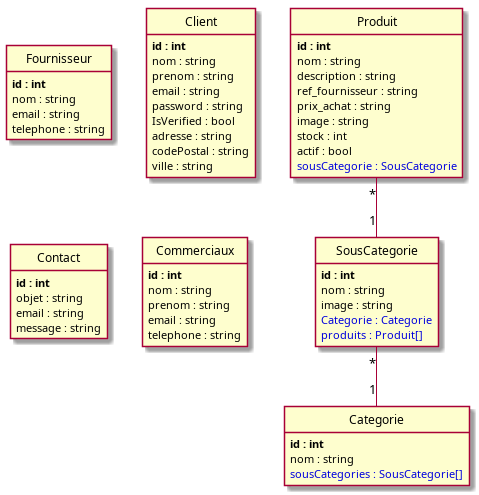
The PlantUML diagram puml/index.png in Alice2568/VillageGreen, before a commit. Its source is kept beside it as puml/index.puml.
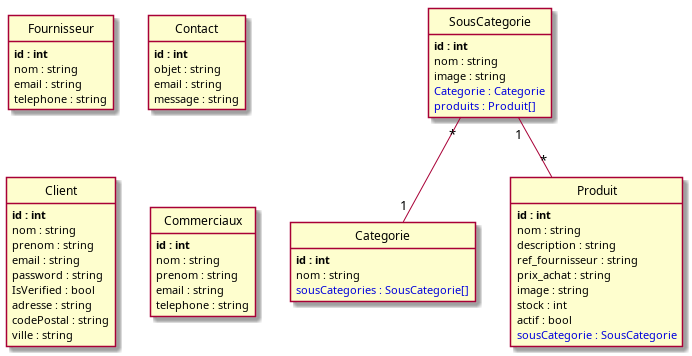
After the commit.

What changed in the source:
```diff
@@ -4,6 +4,27 @@
 	nom : string
 	email : string
 	telephone : string
+}
+
+class Contact {
+	**id : int**
+	objet : string
+	email : string
+	message : string
+}
+
+class SousCategorie {
+	**id : int**
+	nom : string
+	image : string
+	<color:#0000dd>Categorie : Categorie</color>
+	<color:#0000dd>produits : Produit[]</color>
+}
+
+class Categorie {
+	**id : int**
+	nom : string
+	<color:#0000dd>sousCategories : SousCategorie[]</color>
 }
 
 class Client {
@@ -30,21 +51,6 @@
 	<color:#0000dd>sousCategorie : SousCategorie</color>
 }
 
-class SousCategorie {
-	**id : int**
-	nom : string
-	image : string
-	<color:#0000dd>Categorie : Categorie</color>
-	<color:#0000dd>produits : Produit[]</color>
-}
-
-class Contact {
-	**id : int**
-	objet : string
-	email : string
-	message : string
-}
-
 class Commerciaux {
 	**id : int**
 	nom : string
@@ -53,14 +59,8 @@
 	telephone : string
 }
 
-class Categorie {
-	**id : int**
-	nom : string
-	<color:#0000dd>sousCategories : SousCategorie[]</color>
-}
-
-Produit "*"--"1" SousCategorie
 SousCategorie "*"--"1" Categorie
+SousCategorie "1"--"*" Produit
 
 
 hide methods
```
